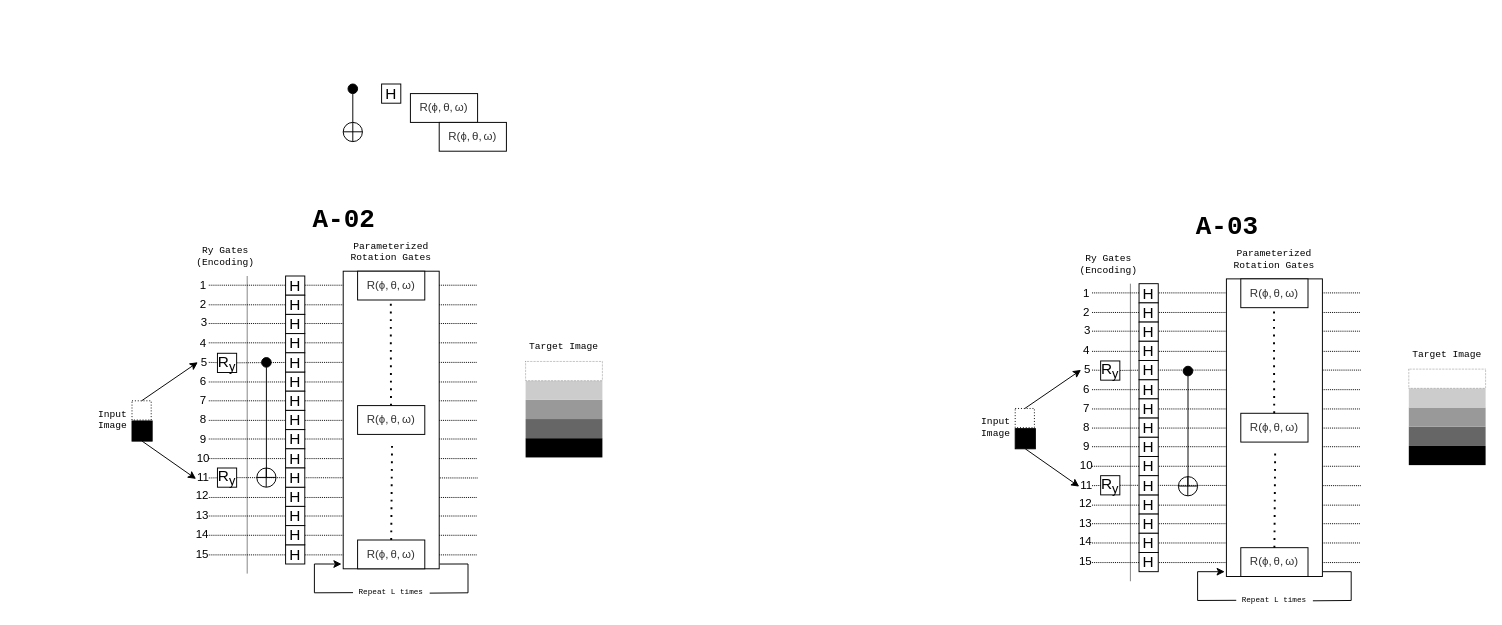
Above: VQC-A01.drawio in BiancaMass/Diagrams (draw.io), before the change. Source tidied: cells renumbered, new cells numbered last; positions are measured from the earlier drawing's top-left corner, leaving out a move shared by most shapes. Both pictures are drawn from the tidied source at 96%, with x=0, y=0 at pixel (16, 16).
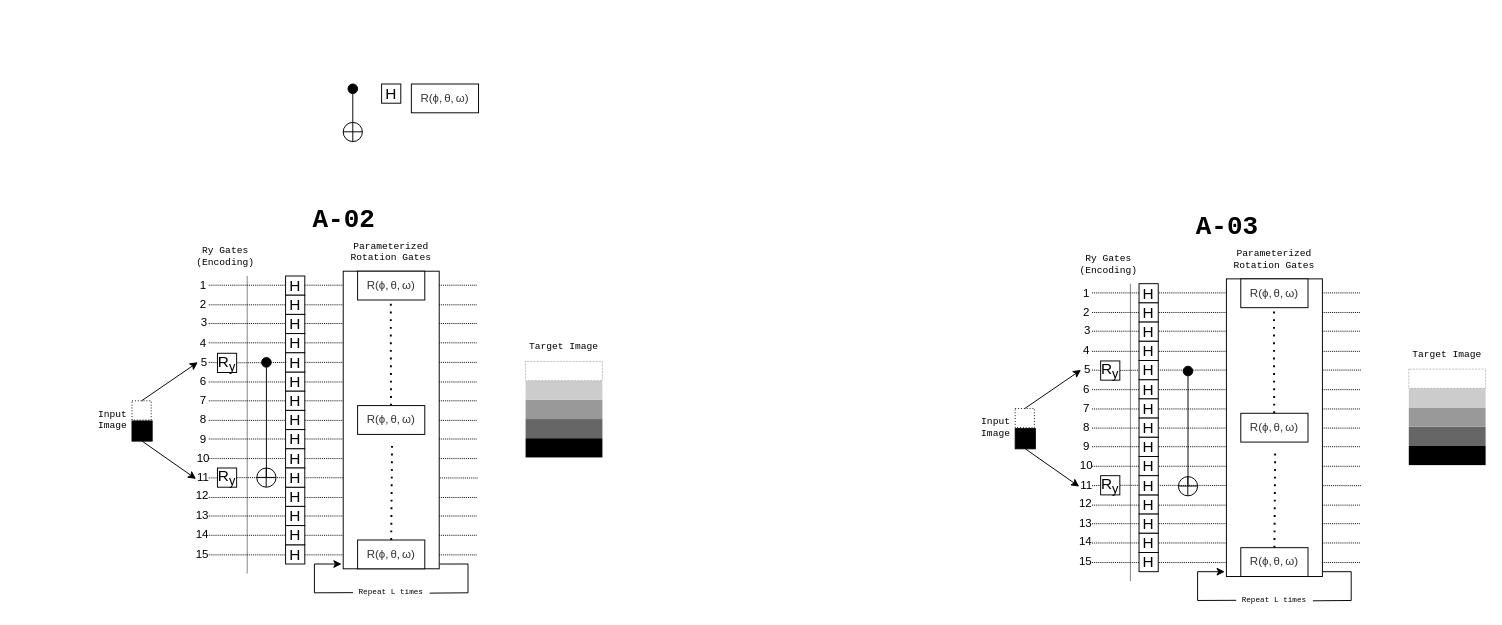
The same diagram, later.

What changed in the source:
```diff
@@
     <mxCell id="79" value="&lt;font style=&quot;font-size: 12px;&quot;&gt;&lt;span style=&quot;border-color: var(--border-color); font-family: Helvetica; font-style: normal; font-variant-ligatures: normal; font-variant-caps: normal; font-weight: 400; letter-spacing: normal; orphans: 2; text-indent: 0px; text-transform: none; widows: 2; word-spacing: 0px; -webkit-text-stroke-width: 0px; text-decoration-thickness: initial; text-decoration-style: initial; text-decoration-color: initial; display: inline-block; text-align: left; color: rgb(51, 51, 51); background-color: rgb(255, 255, 255); box-sizing: content-box !important;&quot; class=&quot;mjx-mo&quot; id=&quot;MJXc-Node-8&quot;&gt;&lt;span style=&quot;border-color: var(--border-color); display: block; padding-top: 0.451em; padding-bottom: 0.619em; box-sizing: content-box !important;&quot; class=&quot;mjx-char MJXc-TeX-main-R&quot;&gt;R(&lt;/span&gt;&lt;/span&gt;&lt;span style=&quot;border-color: var(--border-color); font-family: Helvetica; font-style: normal; font-variant-ligatures: normal; font-variant-caps: normal; font-weight: 400; letter-spacing: normal; orphans: 2; text-indent: 0px; text-transform: none; widows: 2; word-spacing: 0px; -webkit-text-stroke-width: 0px; text-decoration-thickness: initial; text-decoration-style: initial; text-decoration-color: initial; display: inline-block; text-align: left; color: rgb(51, 51, 51); background-color: rgb(255, 255, 255); box-sizing: content-box !important;&quot; class=&quot;mjx-mi&quot; id=&quot;MJXc-Node-9&quot;&gt;&lt;span style=&quot;border-color: var(--border-color); display: block; padding-top: 0.451em; padding-bottom: 0.507em; box-sizing: content-box !important;&quot; class=&quot;mjx-char MJXc-TeX-math-I&quot;&gt;ϕ&lt;/span&gt;&lt;/span&gt;&lt;span style=&quot;border-color: var(--border-color); font-family: Helvetica; font-style: normal; font-variant-ligatures: normal; font-variant-caps: normal; font-weight: 400; letter-spacing: normal; orphans: 2; text-indent: 0px; text-transform: none; widows: 2; word-spacing: 0px; -webkit-text-stroke-width: 0px; text-decoration-thickness: initial; text-decoration-style: initial; text-decoration-color: initial; display: inline-block; text-align: left; color: rgb(51, 51, 51); background-color: rgb(255, 255, 255); box-sizing: content-box !important;&quot; class=&quot;mjx-mo&quot; id=&quot;MJXc-Node-10&quot;&gt;&lt;span style=&quot;border-color: var(--border-color); display: block; margin-top: -0.165em; padding-bottom: 0.563em; box-sizing: content-box !important;&quot; class=&quot;mjx-char MJXc-TeX-main-R&quot;&gt;,&lt;/span&gt;&lt;/span&gt;&lt;span style=&quot;border-color: var(--border-color); font-family: Helvetica; font-style: normal; font-variant-ligatures: normal; font-variant-caps: normal; font-weight: 400; letter-spacing: normal; orphans: 2; text-indent: 0px; text-transform: none; widows: 2; word-spacing: 0px; -webkit-text-stroke-width: 0px; text-decoration-thickness: initial; text-decoration-style: initial; text-decoration-color: initial; display: inline-block; text-align: left; margin-left: 0.167em; color: rgb(51, 51, 51); background-color: rgb(255, 255, 255); box-sizing: content-box !important;&quot; class=&quot;mjx-mi MJXc-space1&quot; id=&quot;MJXc-Node-11&quot;&gt;&lt;span style=&quot;border-color: var(--border-color); display: block; padding-top: 0.507em; padding-bottom: 0.283em; box-sizing: content-box !important;&quot; class=&quot;mjx-char MJXc-TeX-math-I&quot;&gt;θ&lt;/span&gt;&lt;/span&gt;&lt;span style=&quot;border-color: var(--border-color); font-family: Helvetica; font-style: normal; font-variant-ligatures: normal; font-variant-caps: normal; font-weight: 400; letter-spacing: normal; orphans: 2; text-indent: 0px; text-transform: none; widows: 2; word-spacing: 0px; -webkit-text-stroke-width: 0px; text-decoration-thickness: initial; text-decoration-style: initial; text-decoration-color: initial; display: inline-block; text-align: left; color: rgb(51, 51, 51); background-color: rgb(255, 255, 255); box-sizing: content-box !important;&quot; class=&quot;mjx-mo&quot; id=&quot;MJXc-Node-12&quot;&gt;&lt;span style=&quot;border-color: var(--border-color); display: block; margin-top: -0.165em; padding-bottom: 0.563em; box-sizing: content-box !important;&quot; class=&quot;mjx-char MJXc-TeX-main-R&quot;&gt;,&lt;/span&gt;&lt;/span&gt;&lt;span style=&quot;border-color: var(--border-color); font-family: Helvetica; font-style: normal; font-variant-ligatures: normal; font-variant-caps: normal; font-weight: 400; letter-spacing: normal; orphans: 2; text-indent: 0px; text-transform: none; widows: 2; word-spacing: 0px; -webkit-text-stroke-width: 0px; text-decoration-thickness: initial; text-decoration-style: initial; text-decoration-color: initial; display: inline-block; text-align: left; margin-left: 0.167em; color: rgb(51, 51, 51); background-color: rgb(255, 255, 255); box-sizing: content-box !important;&quot; class=&quot;mjx-mi MJXc-space1&quot; id=&quot;MJXc-Node-13&quot;&gt;&lt;span style=&quot;border-color: var(--border-color); display: block; padding-top: 0.227em; padding-bottom: 0.283em; box-sizing: content-box !important;&quot; class=&quot;mjx-char MJXc-TeX-math-I&quot;&gt;ω&lt;/span&gt;&lt;/span&gt;&lt;span style=&quot;border-color: var(--border-color); font-family: Helvetica; font-style: normal; font-variant-ligatures: normal; font-variant-caps: normal; font-weight: 400; letter-spacing: normal; orphans: 2; text-indent: 0px; text-transform: none; widows: 2; word-spacing: 0px; -webkit-text-stroke-width: 0px; text-decoration-thickness: initial; text-decoration-style: initial; text-decoration-color: initial; display: inline-block; text-align: left; color: rgb(51, 51, 51); background-color: rgb(255, 255, 255); box-sizing: content-box !important;&quot; class=&quot;mjx-mo&quot; id=&quot;MJXc-Node-14&quot;&gt;&lt;span style=&quot;border-color: var(--border-color); display: block; padding-top: 0.451em; padding-bottom: 0.619em; box-sizing: content-box !important;&quot; class=&quot;mjx-char MJXc-TeX-main-R&quot;&gt;)&lt;/span&gt;&lt;/span&gt;&lt;/font&gt;" style="rounded=0;whiteSpace=wrap;html=1;" parent="1" vertex="1">
-      <mxGeometry x="410" y="80" width="70" height="30" as="geometry" />
+      <mxGeometry x="411" y="70" width="70" height="30" as="geometry" />
     </mxCell>
@@
-    <mxCell id="83" value="&lt;font style=&quot;font-size: 12px;&quot;&gt;&lt;span style=&quot;border-color: var(--border-color); font-family: Helvetica; font-style: normal; font-variant-ligatures: normal; font-variant-caps: normal; font-weight: 400; letter-spacing: normal; orphans: 2; text-indent: 0px; text-transform: none; widows: 2; word-spacing: 0px; -webkit-text-stroke-width: 0px; text-decoration-thickness: initial; text-decoration-style: initial; text-decoration-color: initial; display: inline-block; text-align: left; color: rgb(51, 51, 51); background-color: rgb(255, 255, 255); box-sizing: content-box !important;&quot; class=&quot;mjx-mo&quot; id=&quot;MJXc-Node-8&quot;&gt;&lt;span style=&quot;border-color: var(--border-color); display: block; padding-top: 0.451em; padding-bottom: 0.619em; box-sizing: content-box !important;&quot; class=&quot;mjx-char MJXc-TeX-main-R&quot;&gt;R(&lt;/span&gt;&lt;/span&gt;&lt;span style=&quot;border-color: var(--border-color); font-family: Helvetica; font-style: normal; font-variant-ligatures: normal; font-variant-caps: normal; font-weight: 400; letter-spacing: normal; orphans: 2; text-indent: 0px; text-transform: none; widows: 2; word-spacing: 0px; -webkit-text-stroke-width: 0px; text-decoration-thickness: initial; text-decoration-style: initial; text-decoration-color: initial; display: inline-block; text-align: left; color: rgb(51, 51, 51); background-color: rgb(255, 255, 255); box-sizing: content-box !important;&quot; class=&quot;mjx-mi&quot; id=&quot;MJXc-Node-9&quot;&gt;&lt;span style=&quot;border-color: var(--border-color); display: block; padding-top: 0.451em; padding-bottom: 0.507em; box-sizing: content-box !important;&quot; class=&quot;mjx-char MJXc-TeX-math-I&quot;&gt;ϕ&lt;/span&gt;&lt;/span&gt;&lt;span style=&quot;border-color: var(--border-color); font-family: Helvetica; font-style: normal; font-variant-ligatures: normal; font-variant-caps: normal; font-weight: 400; letter-spacing: normal; orphans: 2; text-indent: 0px; text-transform: none; widows: 2; word-spacing: 0px; -webkit-text-stroke-width: 0px; text-decoration-thickness: initial; text-decoration-style: initial; text-decoration-color: initial; display: inline-block; text-align: left; color: rgb(51, 51, 51); background-color: rgb(255, 255, 255); box-sizing: content-box !important;&quot; class=&quot;mjx-mo&quot; id=&quot;MJXc-Node-10&quot;&gt;&lt;span style=&quot;border-color: var(--border-color); display: block; margin-top: -0.165em; padding-bottom: 0.563em; box-sizing: content-box !important;&quot; class=&quot;mjx-char MJXc-TeX-main-R&quot;&gt;,&lt;/span&gt;&lt;/span&gt;&lt;span style=&quot;border-color: var(--border-color); font-family: Helvetica; font-style: normal; font-variant-ligatures: normal; font-variant-caps: normal; font-weight: 400; letter-spacing: normal; orphans: 2; text-indent: 0px; text-transform: none; widows: 2; word-spacing: 0px; -webkit-text-stroke-width: 0px; text-decoration-thickness: initial; text-decoration-style: initial; text-decoration-color: initial; display: inline-block; text-align: left; margin-left: 0.167em; color: rgb(51, 51, 51); background-color: rgb(255, 255, 255); box-sizing: content-box !important;&quot; class=&quot;mjx-mi MJXc-space1&quot; id=&quot;MJXc-Node-11&quot;&gt;&lt;span style=&quot;border-color: var(--border-color); display: block; padding-top: 0.507em; padding-bottom: 0.283em; box-sizing: content-box !important;&quot; class=&quot;mjx-char MJXc-TeX-math-I&quot;&gt;θ&lt;/span&gt;&lt;/span&gt;&lt;span style=&quot;border-color: var(--border-color); font-family: Helvetica; font-style: normal; font-variant-ligatures: normal; font-variant-caps: normal; font-weight: 400; letter-spacing: normal; orphans: 2; text-indent: 0px; text-transform: none; widows: 2; word-spacing: 0px; -webkit-text-stroke-width: 0px; text-decoration-thickness: initial; text-decoration-style: initial; text-decoration-color: initial; display: inline-block; text-align: left; color: rgb(51, 51, 51); background-color: rgb(255, 255, 255); box-sizing: content-box !important;&quot; class=&quot;mjx-mo&quot; id=&quot;MJXc-Node-12&quot;&gt;&lt;span style=&quot;border-color: var(--border-color); display: block; margin-top: -0.165em; padding-bottom: 0.563em; box-sizing: content-box !important;&quot; class=&quot;mjx-char MJXc-TeX-main-R&quot;&gt;,&lt;/span&gt;&lt;/span&gt;&lt;span style=&quot;border-color: var(--border-color); font-family: Helvetica; font-style: normal; font-variant-ligatures: normal; font-variant-caps: normal; font-weight: 400; letter-spacing: normal; orphans: 2; text-indent: 0px; text-transform: none; widows: 2; word-spacing: 0px; -webkit-text-stroke-width: 0px; text-decoration-thickness: initial; text-decoration-style: initial; text-decoration-color: initial; display: inline-block; text-align: left; margin-left: 0.167em; color: rgb(51, 51, 51); background-color: rgb(255, 255, 255); box-sizing: content-box !important;&quot; class=&quot;mjx-mi MJXc-space1&quot; id=&quot;MJXc-Node-13&quot;&gt;&lt;span style=&quot;border-color: var(--border-color); display: block; padding-top: 0.227em; padding-bottom: 0.283em; box-sizing: content-box !important;&quot; class=&quot;mjx-char MJXc-TeX-math-I&quot;&gt;ω&lt;/span&gt;&lt;/span&gt;&lt;span style=&quot;border-color: var(--border-color); font-family: Helvetica; font-style: normal; font-variant-ligatures: normal; font-variant-caps: normal; font-weight: 400; letter-spacing: normal; orphans: 2; text-indent: 0px; text-transform: none; widows: 2; word-spacing: 0px; -webkit-text-stroke-width: 0px; text-decoration-thickness: initial; text-decoration-style: initial; text-decoration-color: initial; display: inline-block; text-align: left; color: rgb(51, 51, 51); background-color: rgb(255, 255, 255); box-sizing: content-box !important;&quot; class=&quot;mjx-mo&quot; id=&quot;MJXc-Node-14&quot;&gt;&lt;span style=&quot;border-color: var(--border-color); display: block; padding-top: 0.451em; padding-bottom: 0.619em; box-sizing: content-box !important;&quot; class=&quot;mjx-char MJXc-TeX-main-R&quot;&gt;)&lt;/span&gt;&lt;/span&gt;&lt;/font&gt;" style="rounded=0;whiteSpace=wrap;html=1;" parent="1" vertex="1">
-      <mxGeometry x="440" y="110" width="70" height="30" as="geometry" />
-    </mxCell>
```
